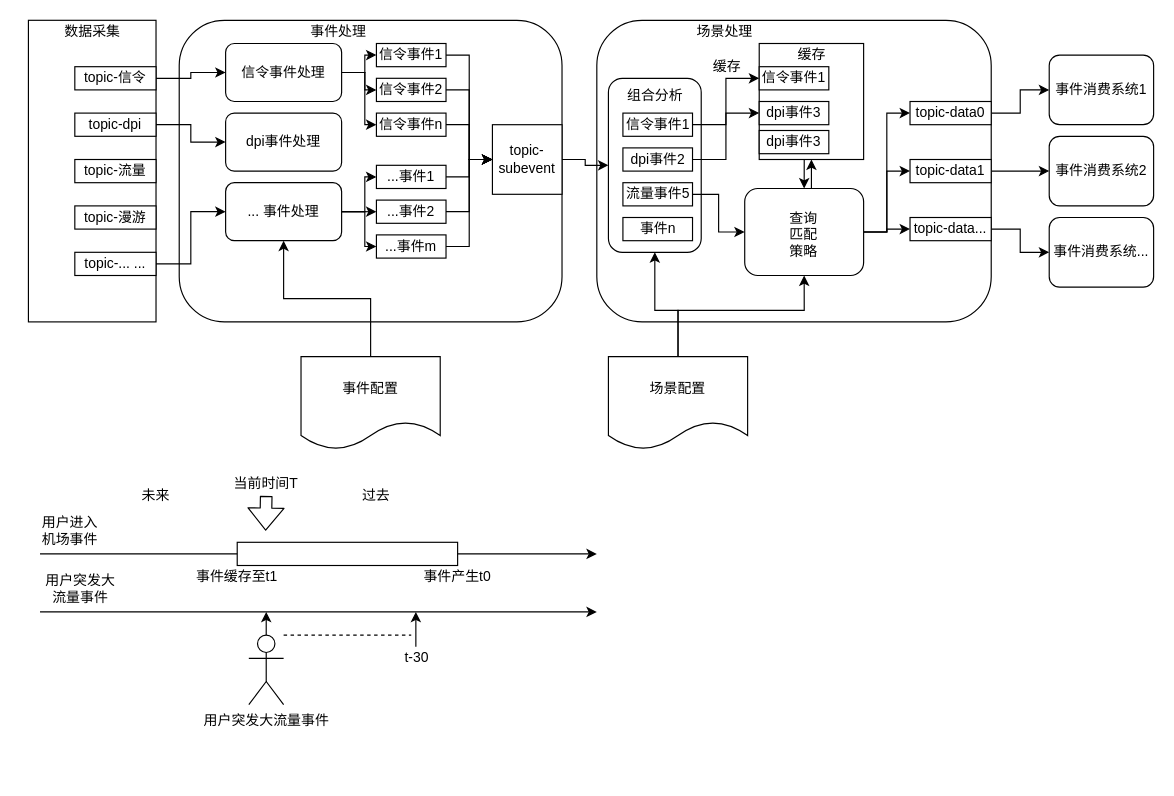
The draw.io diagram page "Page-1" (1 of 3) of 事件中心.drawio in fengjj/webmarket0.1, before the edit. Source tidied: cells renumbered, new cells numbered last; positions are measured from the earlier drawing's top-left corner, leaving out a move shared by most shapes. Both pictures are drawn from the tidied source at 116%, with x=0, y=0 at pixel (28, 20).
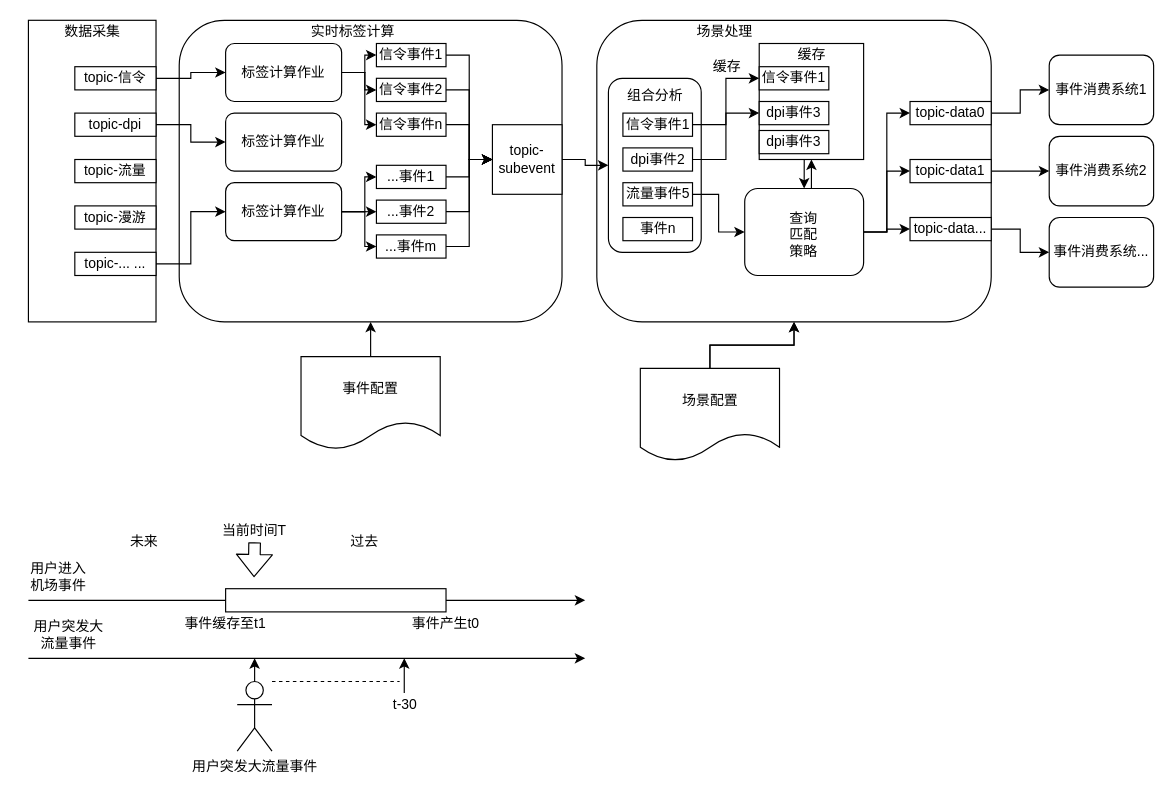
The same diagram, later.

The change refers to these unchanged cells:
```xml
<mxCell id="3" style="rounded=1;whiteSpace=wrap;html=1;" parent="1" vertex="1">
  <mxGeometry x="490" width="340" height="260" as="geometry" />
</mxCell>
<mxCell id="4" style="rounded=1;whiteSpace=wrap;html=1;" parent="1" vertex="1">
  <mxGeometry x="130" width="330" height="260" as="geometry" />
</mxCell>
<mxCell id="57" style="rounded=1;whiteSpace=wrap;html=1;" parent="1" vertex="1">
  <mxGeometry x="500" y="50" width="80" height="150" as="geometry" />
</mxCell>
<mxCell id="71" style="rounded=1;whiteSpace=wrap;html=1;" parent="1" vertex="1">
  <mxGeometry x="617.5" y="145" width="102.5" height="75" as="geometry" />
</mxCell>
<mxCell id="74" value="事件配置" style="shape=document;whiteSpace=wrap;html=1;boundedLbl=1;" parent="1" vertex="1">
  <mxGeometry x="235" y="290" width="120" height="80" as="geometry" />
</mxCell>
```

The edit, as a diff of the source:
```diff
@@
     <mxCell id="2" style="endArrow=classic;html=1;" parent="1" edge="1">
       <mxGeometry relative="1" as="geometry">
-        <mxPoint x="10" y="460" as="sourcePoint" />
-        <mxPoint x="490" y="460" as="targetPoint" />
+        <mxPoint y="500" as="sourcePoint" />
+        <mxPoint x="480" y="500" as="targetPoint" />
       </mxGeometry>
     </mxCell>
@@
-    <mxCell id="15" value="事件处理" style="text;html=1;strokeColor=none;fillColor=none;align=center;verticalAlign=middle;whiteSpace=wrap;rounded=0;" parent="1" vertex="1">
-      <mxGeometry x="240" width="55" height="20" as="geometry" />
+    <mxCell id="15" value="实时标签计算" style="text;html=1;strokeColor=none;fillColor=none;align=center;verticalAlign=middle;whiteSpace=wrap;rounded=0;" parent="1" vertex="1">
+      <mxGeometry x="240" width="80" height="20" as="geometry" />
     </mxCell>
@@
-    <mxCell id="28" value="信令事件处理" style="rounded=1;whiteSpace=wrap;html=1;" parent="1" vertex="1">
+    <mxCell id="28" value="标签计算作业" style="rounded=1;whiteSpace=wrap;html=1;" parent="1" vertex="1">
       <mxGeometry x="170" y="20" width="100" height="50" as="geometry" />
     </mxCell>
-    <mxCell id="29" value="dpi事件处理" style="rounded=1;whiteSpace=wrap;html=1;" parent="1" vertex="1">
+    <mxCell id="29" value="标签计算作业" style="rounded=1;whiteSpace=wrap;html=1;" parent="1" vertex="1">
       <mxGeometry x="170" y="80" width="100" height="50" as="geometry" />
     </mxCell>
@@
-    <mxCell id="33" value="... 事件处理" style="rounded=1;whiteSpace=wrap;html=1;" parent="1" vertex="1">
+    <mxCell id="33" value="标签计算作业" style="rounded=1;whiteSpace=wrap;html=1;" parent="1" vertex="1">
       <mxGeometry x="170" y="140" width="100" height="50" as="geometry" />
     </mxCell>
@@
-    <mxCell id="54" style="edgeStyle=orthogonalEdgeStyle;rounded=0;jettySize=auto;html=1;exitX=0.5;exitY=0;exitDx=0;exitDy=0;entryX=0.5;entryY=1;entryDx=0;entryDy=0;" parent="1" edge="1" source="56" target="57">
-      <mxGeometry relative="1" as="geometry">
-        <Array as="points">
-          <mxPoint x="560" y="250" />
-          <mxPoint x="540" y="250" />
-        </Array>
-      </mxGeometry>
+    <mxCell id="54" style="edgeStyle=orthogonalEdgeStyle;rounded=0;jettySize=auto;html=1;exitX=0.5;exitY=0;exitDx=0;exitDy=0;" parent="1" edge="1" source="56" target="3">
+      <mxGeometry relative="1" as="geometry" />
     </mxCell>
-    <mxCell id="55" style="edgeStyle=orthogonalEdgeStyle;rounded=0;jettySize=auto;html=1;exitX=0.5;exitY=0;exitDx=0;exitDy=0;entryX=0.5;entryY=1;entryDx=0;entryDy=0;" parent="1" edge="1" source="56" target="71">
-      <mxGeometry relative="1" as="geometry">
-        <Array as="points">
-          <mxPoint x="560" y="250" />
-          <mxPoint x="669" y="250" />
-        </Array>
-      </mxGeometry>
+    <mxCell id="55" style="edgeStyle=orthogonalEdgeStyle;rounded=0;jettySize=auto;html=1;exitX=0.5;exitY=0;exitDx=0;exitDy=0;" parent="1" edge="1" source="56" target="3">
+      <mxGeometry relative="1" as="geometry" />
     </mxCell>
     <mxCell id="56" value="场景配置" style="shape=document;whiteSpace=wrap;html=1;boundedLbl=1;" parent="1" vertex="1">
-      <mxGeometry x="500" y="290" width="120" height="80" as="geometry" />
+      <mxGeometry x="527.5" y="300" width="120" height="80" as="geometry" />
     </mxCell>
@@
-    <mxCell id="73" style="edgeStyle=orthogonalEdgeStyle;rounded=0;jettySize=auto;html=1;exitX=0.5;exitY=0;exitDx=0;exitDy=0;entryX=0.5;entryY=1;entryDx=0;entryDy=0;" parent="1" edge="1" source="74" target="33">
+    <mxCell id="73" style="edgeStyle=orthogonalEdgeStyle;rounded=0;jettySize=auto;html=1;exitX=0.5;exitY=0;exitDx=0;exitDy=0;" parent="1" edge="1" source="74" target="4">
       <mxGeometry relative="1" as="geometry" />
     </mxCell>
@@
     <mxCell id="76" style="rounded=0;whiteSpace=wrap;html=1;" parent="1" vertex="1">
-      <mxGeometry x="180" y="450" width="190" height="20" as="geometry" />
+      <mxGeometry x="170" y="490" width="190" height="20" as="geometry" />
     </mxCell>
     <mxCell id="77" value="事件产生t0" style="text;html=1;strokeColor=none;fillColor=none;align=center;verticalAlign=middle;whiteSpace=wrap;rounded=0;" parent="1" vertex="1">
-      <mxGeometry x="340" y="470" width="60" height="20" as="geometry" />
+      <mxGeometry x="330" y="510" width="60" height="20" as="geometry" />
     </mxCell>
     <mxCell id="78" value="事件缓存至t1" style="text;html=1;strokeColor=none;fillColor=none;align=center;verticalAlign=middle;whiteSpace=wrap;rounded=0;" parent="1" vertex="1">
-      <mxGeometry x="140" y="470" width="80" height="20" as="geometry" />
+      <mxGeometry x="130" y="510" width="80" height="20" as="geometry" />
     </mxCell>
     <mxCell id="79" style="endArrow=classic;html=1;" parent="1" edge="1">
       <mxGeometry relative="1" as="geometry">
-        <mxPoint x="10" y="510" as="sourcePoint" />
-        <mxPoint x="490" y="510" as="targetPoint" />
+        <mxPoint y="550" as="sourcePoint" />
+        <mxPoint x="480" y="550" as="targetPoint" />
       </mxGeometry>
     </mxCell>
     <mxCell id="80" style="edgeStyle=orthogonalEdgeStyle;rounded=0;jettySize=auto;html=1;exitX=0.5;exitY=0;exitDx=0;exitDy=0;exitPerimeter=0;" parent="1" edge="1" source="81">
       <mxGeometry relative="1" as="geometry">
-        <mxPoint x="205" y="510" as="targetPoint" />
+        <mxPoint x="195" y="550" as="targetPoint" />
       </mxGeometry>
     </mxCell>
     <mxCell id="81" value="用户突发大流量事件" style="shape=umlActor;verticalLabelPosition=bottom;labelBackgroundColor=#ffffff;verticalAlign=top;html=1;outlineConnect=0;" parent="1" vertex="1">
-      <mxGeometry x="190" y="530" width="30" height="60" as="geometry" />
+      <mxGeometry x="180" y="570" width="30" height="60" as="geometry" />
     </mxCell>
     <mxCell id="82" value="用户进入机场事件" style="text;html=1;strokeColor=none;fillColor=none;align=center;verticalAlign=middle;whiteSpace=wrap;rounded=0;" parent="1" vertex="1">
-      <mxGeometry x="11" y="430" width="50" height="20" as="geometry" />
+      <mxGeometry x="1" y="470" width="50" height="20" as="geometry" />
     </mxCell>
     <mxCell id="83" value="用户突发大流量事件" style="text;html=1;strokeColor=none;fillColor=none;align=center;verticalAlign=middle;whiteSpace=wrap;rounded=0;" parent="1" vertex="1">
-      <mxGeometry x="10" y="480" width="70" height="20" as="geometry" />
+      <mxGeometry y="520" width="70" height="20" as="geometry" />
     </mxCell>
     <mxCell id="84" style="shape=flexArrow;endArrow=classic;html=1;" parent="1" edge="1">
       <mxGeometry relative="1" as="geometry">
-        <mxPoint x="205" y="410" as="sourcePoint" />
-        <mxPoint x="204.5" y="440" as="targetPoint" />
+        <mxPoint x="195" y="450" as="sourcePoint" />
+        <mxPoint x="194.5" y="480" as="targetPoint" />
       </mxGeometry>
     </mxCell>
     <mxCell id="85" value="当前时间T" style="text;html=1;strokeColor=none;fillColor=none;align=center;verticalAlign=middle;whiteSpace=wrap;rounded=0;" parent="1" vertex="1">
-      <mxGeometry x="175" y="390" width="60" height="20" as="geometry" />
+      <mxGeometry x="165" y="430" width="60" height="20" as="geometry" />
     </mxCell>
     <mxCell id="86" value="未来" style="text;html=1;strokeColor=none;fillColor=none;align=center;verticalAlign=middle;whiteSpace=wrap;rounded=0;" parent="1" vertex="1">
-      <mxGeometry x="80" y="400" width="60" height="20" as="geometry" />
+      <mxGeometry x="70" y="440" width="60" height="20" as="geometry" />
     </mxCell>
     <mxCell id="87" value="过去" style="text;html=1;strokeColor=none;fillColor=none;align=center;verticalAlign=middle;whiteSpace=wrap;rounded=0;" parent="1" vertex="1">
-      <mxGeometry x="270" y="400" width="60" height="20" as="geometry" />
+      <mxGeometry x="260" y="440" width="60" height="20" as="geometry" />
     </mxCell>
     <mxCell id="88" value="t-30" style="text;html=1;strokeColor=none;fillColor=none;align=center;verticalAlign=middle;whiteSpace=wrap;rounded=0;" parent="1" vertex="1">
-      <mxGeometry x="315" y="540" width="40" height="20" as="geometry" />
+      <mxGeometry x="305" y="580" width="40" height="20" as="geometry" />
     </mxCell>
     <mxCell id="89" style="endArrow=classic;html=1;" parent="1" edge="1">
       <mxGeometry relative="1" as="geometry">
-        <mxPoint x="334" y="540" as="sourcePoint" />
-        <mxPoint x="334" y="510" as="targetPoint" />
+        <mxPoint x="324" y="580" as="sourcePoint" />
+        <mxPoint x="324" y="550" as="targetPoint" />
       </mxGeometry>
     </mxCell>
     <mxCell id="90" style="endArrow=none;dashed=1;html=1;" parent="1" edge="1">
       <mxGeometry relative="1" as="geometry">
-        <mxPoint x="220" y="530" as="sourcePoint" />
-        <mxPoint x="330" y="530" as="targetPoint" />
+        <mxPoint x="210" y="570" as="sourcePoint" />
+        <mxPoint x="320" y="570" as="targetPoint" />
       </mxGeometry>
     </mxCell>
```
